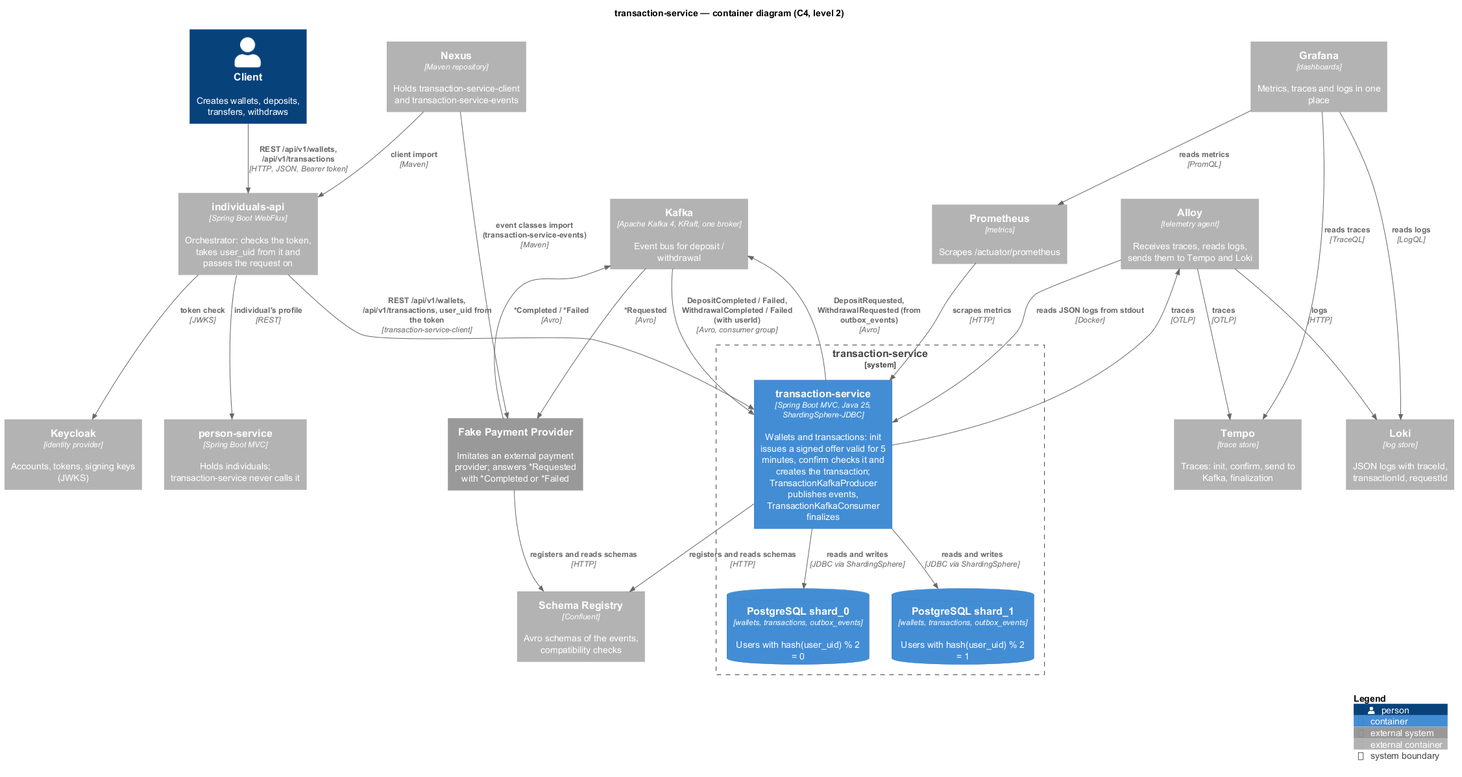
Above: transaction-service/diagrams-c4/png/en/container.png in dezxxx/payment-platform (PlantUML), before the change.
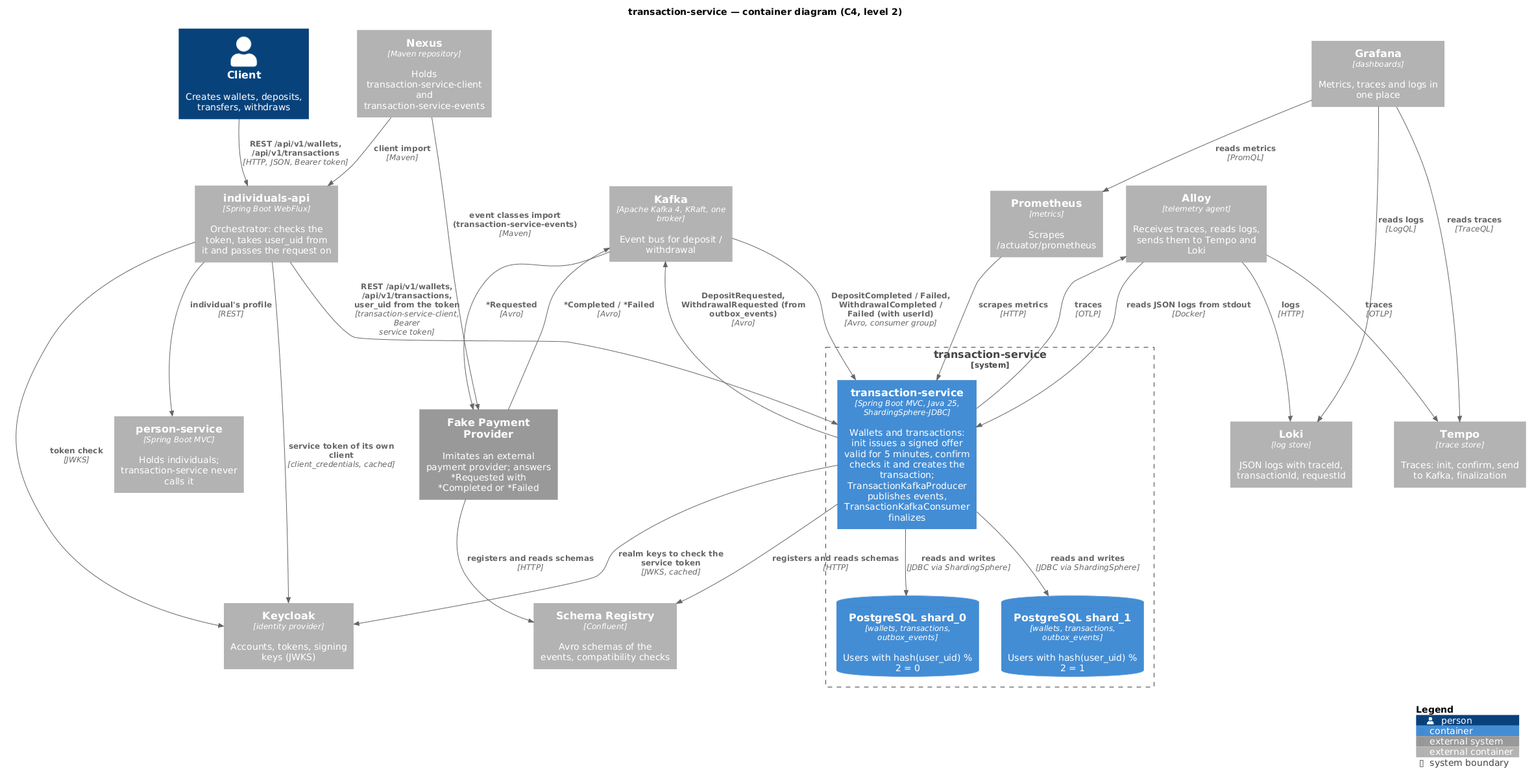
After the commit.

Change to the diagram source:
```diff
@@ -29,7 +29,9 @@
 Rel(client, individualsApi, "REST /api/v1/wallets, /api/v1/transactions", "HTTP, JSON, Bearer token")
 Rel(individualsApi, keycloak, "token check", "JWKS")
 Rel(individualsApi, personService, "individual's profile", "REST")
-Rel(individualsApi, app, "REST /api/v1/wallets, /api/v1/transactions, user_uid from the token", "transaction-service-client")
+Rel(individualsApi, keycloak, "service token of its own client", "client_credentials, cached")
+Rel(individualsApi, app, "REST /api/v1/wallets, /api/v1/transactions, user_uid from the token", "transaction-service-client, Bearer service token")
+Rel(app, keycloak, "realm keys to check the service token", "JWKS, cached")
 Rel(app, shard0, "reads and writes", "JDBC via ShardingSphere")
 Rel(app, shard1, "reads and writes", "JDBC via ShardingSphere")
 Rel(app, kafka, "DepositRequested, WithdrawalRequested (from outbox_events)", "Avro")
```
